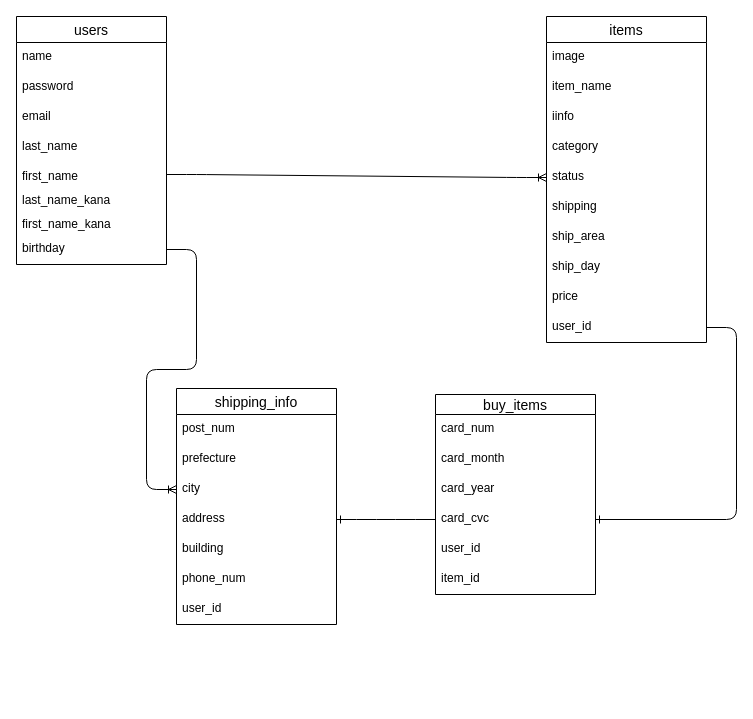
Earlier version of the draw.io diagram ER.dio (Hayaoru/furima-32066). Source tidied: cells renumbered, new cells numbered last; positions are measured from the earlier drawing's top-left corner, leaving out a move shared by most shapes. Both pictures are drawn from the tidied source at 100%, with x=0, y=0 at pixel (16, 16).
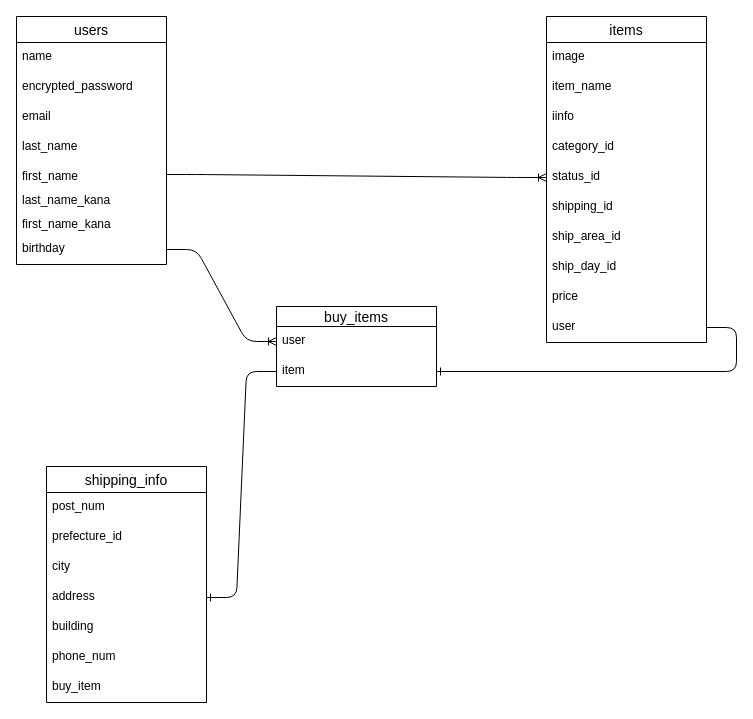
Above is the later version.

Commit message (it also covers changes not shown here):
コードレビュー修正1

The change refers to these unchanged cells:
```xml
<mxCell id="2" value="users" style="swimlane;fontStyle=0;horizontal=1;startSize=26;align=center;fontSize=14;" parent="1" vertex="1">
  <mxGeometry width="150" height="248" as="geometry" />
</mxCell>
<mxCell id="10" value="birthday" style="text;strokeColor=none;fillColor=none;spacingLeft=4;spacingRight=4;overflow=hidden;points=[[0,0.5],[1,0.5]];portConstraint=eastwest;fontSize=12;" parent="2" vertex="1">
  <mxGeometry y="218" width="150" height="30" as="geometry" />
</mxCell>
<mxCell id="12" value="items" style="swimlane;fontStyle=0;horizontal=1;startSize=26;align=center;fontSize=14;" parent="1" vertex="1">
  <mxGeometry x="530" width="160" height="326" as="geometry" />
</mxCell>
<mxCell id="34" value="city" style="text;strokeColor=none;fillColor=none;spacingLeft=4;spacingRight=4;overflow=hidden;points=[[0,0.5],[1,0.5]];portConstraint=eastwest;fontSize=12;" parent="31" vertex="1">
  <mxGeometry y="86" width="160" height="30" as="geometry" />
</mxCell>
<mxCell id="35" value="address" style="text;strokeColor=none;fillColor=none;spacingLeft=4;spacingRight=4;overflow=hidden;points=[[0,0.5],[1,0.5]];portConstraint=eastwest;fontSize=12;" parent="31" vertex="1">
  <mxGeometry y="116" width="160" height="30" as="geometry" />
</mxCell>
```

The edit, as a diff of the source:
```diff
@@
-    <mxCell id="4" value="password" style="text;strokeColor=none;fillColor=none;spacingLeft=4;spacingRight=4;overflow=hidden;fontSize=12;" parent="2" vertex="1">
+    <mxCell id="4" value="encrypted_password" style="text;strokeColor=none;fillColor=none;spacingLeft=4;spacingRight=4;overflow=hidden;fontSize=12;" parent="2" vertex="1">
       <mxGeometry y="56" width="150" height="30" as="geometry" />
     </mxCell>
@@
-    <mxCell id="16" value="category" style="text;strokeColor=none;fillColor=none;spacingLeft=4;spacingRight=4;overflow=hidden;fontSize=12;" parent="12" vertex="1">
+    <mxCell id="16" value="category_id" style="text;strokeColor=none;fillColor=none;spacingLeft=4;spacingRight=4;overflow=hidden;fontSize=12;" parent="12" vertex="1">
       <mxGeometry y="116" width="160" height="30" as="geometry" />
     </mxCell>
-    <mxCell id="17" value="status" style="text;strokeColor=none;fillColor=none;spacingLeft=4;spacingRight=4;overflow=hidden;points=[[0,0.5],[1,0.5]];portConstraint=eastwest;fontSize=12;" parent="12" vertex="1">
+    <mxCell id="17" value="status_id" style="text;strokeColor=none;fillColor=none;spacingLeft=4;spacingRight=4;overflow=hidden;points=[[0,0.5],[1,0.5]];portConstraint=eastwest;fontSize=12;" parent="12" vertex="1">
       <mxGeometry y="146" width="160" height="30" as="geometry" />
     </mxCell>
-    <mxCell id="18" value="shipping" style="text;strokeColor=none;fillColor=none;spacingLeft=4;spacingRight=4;overflow=hidden;fontSize=12;" parent="12" vertex="1">
+    <mxCell id="18" value="shipping_id" style="text;strokeColor=none;fillColor=none;spacingLeft=4;spacingRight=4;overflow=hidden;fontSize=12;" parent="12" vertex="1">
       <mxGeometry y="176" width="160" height="30" as="geometry" />
     </mxCell>
-    <mxCell id="19" value="ship_area" style="text;strokeColor=none;fillColor=none;spacingLeft=4;spacingRight=4;overflow=hidden;fontSize=12;" parent="12" vertex="1">
+    <mxCell id="19" value="ship_area_id" style="text;strokeColor=none;fillColor=none;spacingLeft=4;spacingRight=4;overflow=hidden;fontSize=12;" parent="12" vertex="1">
       <mxGeometry y="206" width="160" height="30" as="geometry" />
     </mxCell>
-    <mxCell id="20" value="ship_day" style="text;strokeColor=none;fillColor=none;spacingLeft=4;spacingRight=4;overflow=hidden;fontSize=12;" parent="12" vertex="1">
+    <mxCell id="20" value="ship_day_id" style="text;strokeColor=none;fillColor=none;spacingLeft=4;spacingRight=4;overflow=hidden;fontSize=12;" parent="12" vertex="1">
       <mxGeometry y="236" width="160" height="30" as="geometry" />
     </mxCell>
@@
-    <mxCell id="22" value="user_id" style="text;strokeColor=none;fillColor=none;spacingLeft=4;spacingRight=4;overflow=hidden;fontSize=12;" parent="12" vertex="1">
+    <mxCell id="22" value="user" style="text;strokeColor=none;fillColor=none;spacingLeft=4;spacingRight=4;overflow=hidden;fontSize=12;" parent="12" vertex="1">
       <mxGeometry y="296" width="160" height="30" as="geometry" />
     </mxCell>
     <mxCell id="23" value="buy_items" style="swimlane;fontStyle=0;horizontal=1;startSize=20;align=center;fontSize=14;" parent="1" vertex="1">
-      <mxGeometry x="419" y="378" width="160" height="200" as="geometry" />
+      <mxGeometry x="260" y="290" width="160" height="80" as="geometry" />
     </mxCell>
-    <mxCell id="24" value="card_num" style="text;strokeColor=none;fillColor=none;spacingLeft=4;spacingRight=4;overflow=hidden;fontSize=12;" parent="23" vertex="1">
-      <mxGeometry y="20" width="160" height="30" as="geometry" />
-    </mxCell>
-    <mxCell id="25" value="card_month" style="text;strokeColor=none;fillColor=none;spacingLeft=4;spacingRight=4;overflow=hidden;fontSize=12;" parent="23" vertex="1">
-      <mxGeometry y="50" width="160" height="30" as="geometry" />
-    </mxCell>
-    <mxCell id="26" value="card_year" style="text;strokeColor=none;fillColor=none;spacingLeft=4;spacingRight=4;overflow=hidden;fontSize=12;" parent="23" vertex="1">
-      <mxGeometry y="80" width="160" height="30" as="geometry" />
-    </mxCell>
-    <mxCell id="27" value="card_cvc" style="text;strokeColor=none;fillColor=none;spacingLeft=4;spacingRight=4;overflow=hidden;points=[[0,0.5],[1,0.5]];portConstraint=eastwest;fontSize=12;" parent="23" vertex="1">
-      <mxGeometry y="110" width="160" height="30" as="geometry" />
-    </mxCell>
-    <mxCell id="28" value="user_id" style="text;strokeColor=none;fillColor=none;spacingLeft=4;spacingRight=4;overflow=hidden;points=[[0,0.5],[1,0.5]];portConstraint=eastwest;fontSize=12;" parent="23" vertex="1">
-      <mxGeometry y="140" width="160" height="30" as="geometry" />
+    <mxCell id="28" value="user" style="text;strokeColor=none;fillColor=none;spacingLeft=4;spacingRight=4;overflow=hidden;points=[[0,0.5],[1,0.5]];portConstraint=eastwest;fontSize=12;" parent="23" vertex="1">
+      <mxGeometry y="20" width="160" height="30" as="geometry" />
     </mxCell>
-    <mxCell id="29" value="item_id" style="text;strokeColor=none;fillColor=none;spacingLeft=4;spacingRight=4;overflow=hidden;points=[[0,0.5],[1,0.5]];portConstraint=eastwest;fontSize=12;" parent="23" vertex="1">
-      <mxGeometry y="170" width="160" height="30" as="geometry" />
+    <mxCell id="29" value="item" style="text;strokeColor=none;fillColor=none;spacingLeft=4;spacingRight=4;overflow=hidden;points=[[0,0.5],[1,0.5]];portConstraint=eastwest;fontSize=12;" parent="23" vertex="1">
+      <mxGeometry y="50" width="160" height="30" as="geometry" />
     </mxCell>
@@
     <mxCell id="31" value="shipping_info" style="swimlane;fontStyle=0;horizontal=1;startSize=26;align=center;fontSize=14;" parent="1" vertex="1">
-      <mxGeometry x="160" y="372" width="160" height="236" as="geometry" />
+      <mxGeometry x="30" y="450" width="160" height="236" as="geometry" />
     </mxCell>
@@
-    <mxCell id="33" value="prefecture" style="text;strokeColor=none;fillColor=none;spacingLeft=4;spacingRight=4;overflow=hidden;fontSize=12;" parent="31" vertex="1">
+    <mxCell id="33" value="prefecture_id" style="text;strokeColor=none;fillColor=none;spacingLeft=4;spacingRight=4;overflow=hidden;fontSize=12;" parent="31" vertex="1">
       <mxGeometry y="56" width="160" height="30" as="geometry" />
     </mxCell>
@@
-    <mxCell id="38" value="user_id" style="text;strokeColor=none;fillColor=none;spacingLeft=4;spacingRight=4;overflow=hidden;fontSize=12;" parent="31" vertex="1">
+    <mxCell id="38" value="buy_item" style="text;strokeColor=none;fillColor=none;spacingLeft=4;spacingRight=4;overflow=hidden;fontSize=12;" parent="31" vertex="1">
       <mxGeometry y="206" width="160" height="30" as="geometry" />
     </mxCell>
-    <mxCell id="39" style="edgeStyle=entityRelationEdgeStyle;fontSize=12;html=1;endArrow=ERoneToMany;entryX=0;entryY=0.5;entryDx=0;entryDy=0;exitX=1;exitY=0.5;exitDx=0;exitDy=0;" parent="1" edge="1" source="10" target="34">
-      <mxGeometry relative="1" as="geometry" />
-    </mxCell>
-    <mxCell id="40" style="edgeStyle=entityRelationEdgeStyle;fontSize=12;html=1;endArrow=ERone;endFill=1;exitX=0;exitY=0.5;exitDx=0;exitDy=0;entryX=1;entryY=0.5;entryDx=0;entryDy=0;" parent="1" edge="1" source="27" target="35">
+    <mxCell id="40" style="edgeStyle=entityRelationEdgeStyle;fontSize=12;html=1;endArrow=ERone;endFill=1;exitX=0;exitY=0.5;exitDx=0;exitDy=0;entryX=1;entryY=0.5;entryDx=0;entryDy=0;" parent="1" edge="1" source="29" target="35">
       <mxGeometry relative="1" as="geometry" />
     </mxCell>
-    <mxCell id="41" style="edgeStyle=entityRelationEdgeStyle;fontSize=12;html=1;endArrow=ERone;endFill=1;entryX=1;entryY=0.5;entryDx=0;entryDy=0;" parent="1" edge="1" target="27">
+    <mxCell id="41" style="edgeStyle=entityRelationEdgeStyle;fontSize=12;html=1;endArrow=ERone;endFill=1;entryX=1;entryY=0.5;entryDx=0;entryDy=0;" parent="1" edge="1" target="29">
       <mxGeometry relative="1" as="geometry">
         <mxPoint x="690" y="311" as="sourcePoint" />
       </mxGeometry>
     </mxCell>
+    <mxCell id="42" style="edgeStyle=entityRelationEdgeStyle;fontSize=12;html=1;endArrow=ERoneToMany;exitX=1;exitY=0.5;exitDx=0;exitDy=0;entryX=0;entryY=0.5;entryDx=0;entryDy=0;" parent="1" edge="1" source="10" target="28">
+      <mxGeometry relative="1" as="geometry" />
+    </mxCell>
```
